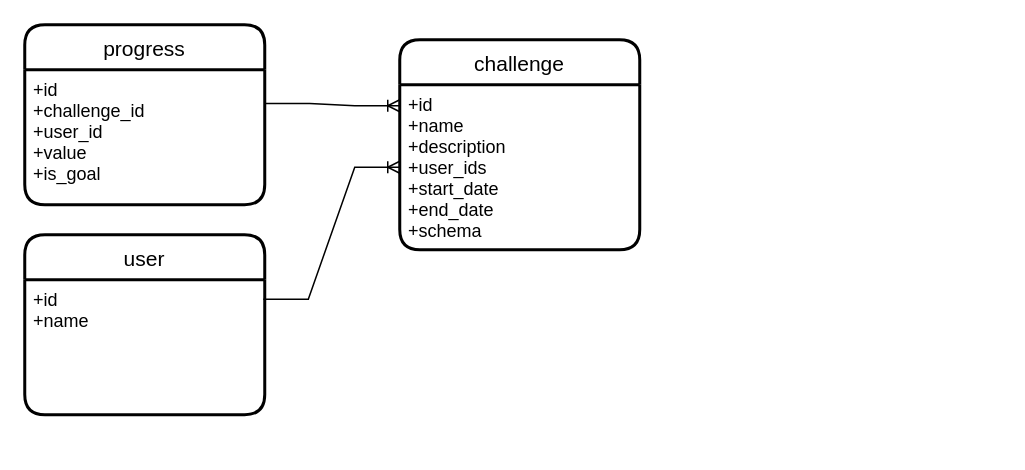
BranDebs/challenge-bot keeps this draw.io diagram as page "Page-1" (1 of 4) of docs/images/challenge-bot-erd.drawio. Above is the earlier version. Source tidied: cells renumbered, new cells numbered last; positions are measured from the earlier drawing's top-left corner, leaving out a move shared by most shapes. Both pictures are drawn from the tidied source at 150%, with x=0, y=0 at pixel (24, 24).
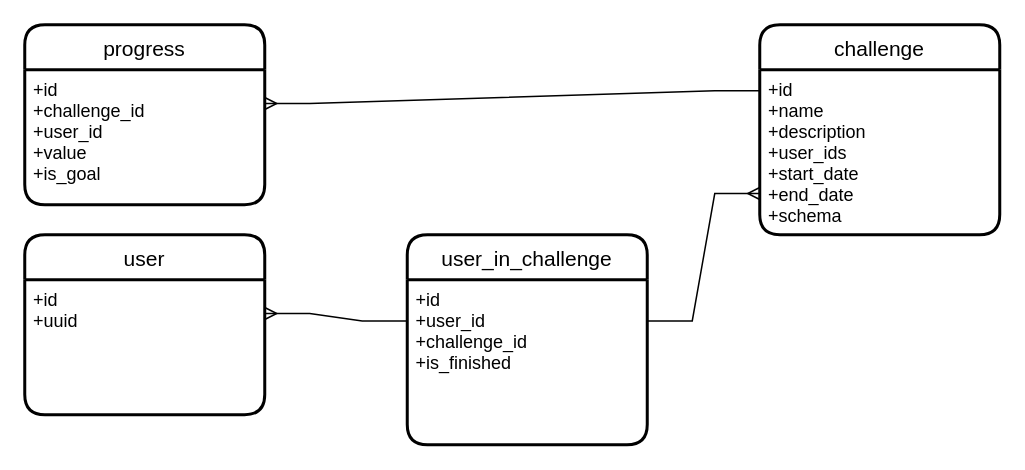
The same page after the edit.

Diff of the diagram source:
```diff
@@
 <mxGraphModel>
   <root>
     <mxCell id="0" />
     <mxCell id="1" parent="0" />
     <mxCell id="2" value="challenge" style="swimlane;horizontal=1;startSize=30;rounded=1;fontSize=14;fontStyle=0;strokeWidth=2;shadow=0;dashed=0;align=center;" parent="1" vertex="1">
-      <mxGeometry x="250" y="10" width="160" height="140" as="geometry" />
+      <mxGeometry x="490" width="160" height="140" as="geometry" />
     </mxCell>
     <mxCell id="3" value="+id&#10;+name&#10;+description&#10;+user_ids&#10;+start_date&#10;+end_date&#10;+schema&#10;" style="align=left;strokeColor=none;fillColor=none;spacingLeft=4;fontSize=12;verticalAlign=top;" parent="2" vertex="1">
       <mxGeometry y="30" width="160" height="110" as="geometry" />
     </mxCell>
     <mxCell id="4" value="progress" style="swimlane;horizontal=1;startSize=30;rounded=1;fontSize=14;fontStyle=0;strokeWidth=2;shadow=0;dashed=0;align=center;" parent="1" vertex="1">
       <mxGeometry width="160" height="120" as="geometry" />
     </mxCell>
     <mxCell id="5" value="+id&#10;+challenge_id&#10;+user_id&#10;+value&#10;+is_goal&#10;" style="align=left;strokeColor=none;fillColor=none;spacingLeft=4;fontSize=12;verticalAlign=top;" parent="4" vertex="1">
       <mxGeometry y="30" width="160" height="90" as="geometry" />
     </mxCell>
     <mxCell id="6" value="user" style="swimlane;horizontal=1;startSize=30;rounded=1;fontSize=14;fontStyle=0;strokeWidth=2;shadow=0;dashed=0;align=center;" parent="1" vertex="1">
       <mxGeometry y="140" width="160" height="120" as="geometry" />
     </mxCell>
-    <mxCell id="7" value="+id&#10;+name" style="align=left;strokeColor=none;fillColor=none;spacingLeft=4;fontSize=12;verticalAlign=top;" parent="6" vertex="1">
+    <mxCell id="7" value="+id&#10;+uuid" style="align=left;strokeColor=none;fillColor=none;spacingLeft=4;fontSize=12;verticalAlign=top;" parent="6" vertex="1">
       <mxGeometry y="30" width="160" height="90" as="geometry" />
     </mxCell>
-    <mxCell id="8" style="edgeStyle=entityRelationEdgeStyle;fontSize=12;html=1;endArrow=ERoneToMany;rounded=0;entryX=0;entryY=0.127;entryDx=0;entryDy=0;entryPerimeter=0;exitX=1;exitY=0.25;exitDx=0;exitDy=0;" parent="1" edge="1" source="5" target="3">
+    <mxCell id="8" style="edgeStyle=entityRelationEdgeStyle;fontSize=12;html=1;endArrow=none;rounded=0;entryX=0;entryY=0.127;entryDx=0;entryDy=0;entryPerimeter=0;exitX=1;exitY=0.25;exitDx=0;exitDy=0;startArrow=ERmany;startFill=0;endFill=0;" parent="1" edge="1" source="5" target="3">
       <mxGeometry relative="1" as="geometry" />
     </mxCell>
-    <mxCell id="9" style="edgeStyle=entityRelationEdgeStyle;fontSize=12;html=1;endArrow=ERoneToMany;rounded=0;exitX=0.994;exitY=0.144;exitDx=0;exitDy=0;exitPerimeter=0;entryX=0;entryY=0.5;entryDx=0;entryDy=0;" parent="1" edge="1" source="7" target="3">
-      <mxGeometry relative="1" as="geometry" />
-    </mxCell>
+    <mxCell id="10" value="user_in_challenge" style="swimlane;horizontal=1;startSize=30;rounded=1;fontSize=14;fontStyle=0;strokeWidth=2;shadow=0;dashed=0;align=center;" parent="1" vertex="1">
+      <mxGeometry x="255" y="140" width="160" height="140" as="geometry" />
+    </mxCell>
+    <mxCell id="11" value="+id&#10;+user_id&#10;+challenge_id&#10;+is_finished&#10;" style="align=left;strokeColor=none;fillColor=none;spacingLeft=4;fontSize=12;verticalAlign=top;" parent="10" vertex="1">
+      <mxGeometry y="30" width="160" height="110" as="geometry" />
+    </mxCell>
+    <mxCell id="12" style="edgeStyle=entityRelationEdgeStyle;fontSize=12;html=1;endArrow=none;rounded=0;entryX=0;entryY=0.25;entryDx=0;entryDy=0;exitX=1;exitY=0.25;exitDx=0;exitDy=0;startArrow=ERmany;startFill=0;endFill=0;" parent="1" edge="1" source="7" target="11">
+      <mxGeometry relative="1" as="geometry" />
+    </mxCell>
+    <mxCell id="13" style="edgeStyle=entityRelationEdgeStyle;fontSize=12;html=1;endArrow=none;rounded=0;startArrow=ERmany;startFill=0;endFill=0;entryX=1;entryY=0.25;entryDx=0;entryDy=0;exitX=0;exitY=0.75;exitDx=0;exitDy=0;" parent="1" edge="1" source="3" target="11">
+      <mxGeometry relative="1" as="geometry" />
+    </mxCell>
   </root>
 </mxGraphModel>
```
